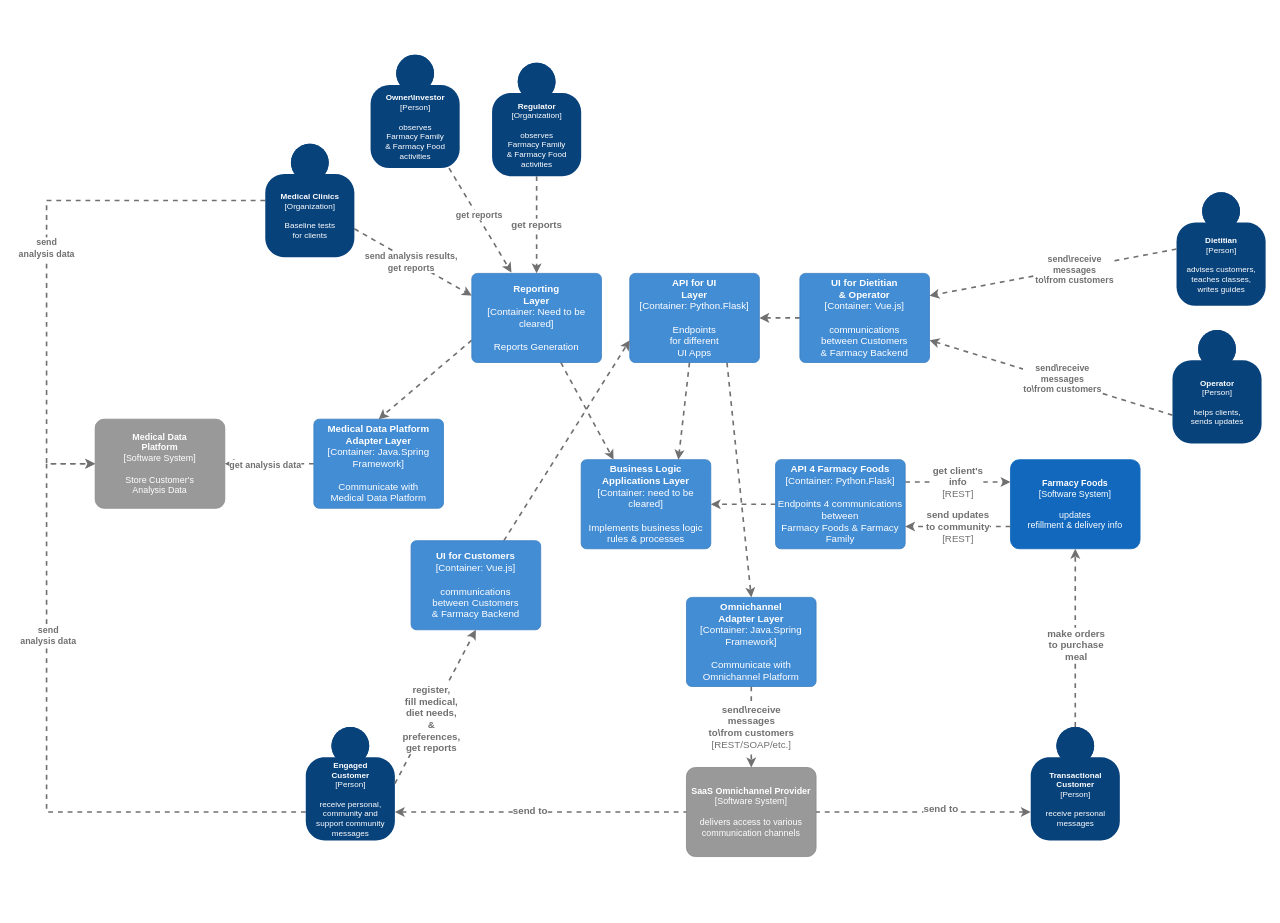
sakosy/arch_katas_2021 keeps this draw.io diagram as page "C4.Container Diagram" (5 of 5) of analysis/drawio.drawio. Above is the earlier version. Source tidied: cells renumbered, new cells numbered last; positions are measured from the earlier drawing's top-left corner, leaving out a move shared by most shapes. Both pictures are drawn from the tidied source at 81%, with x=0, y=0 at pixel (46, 54).
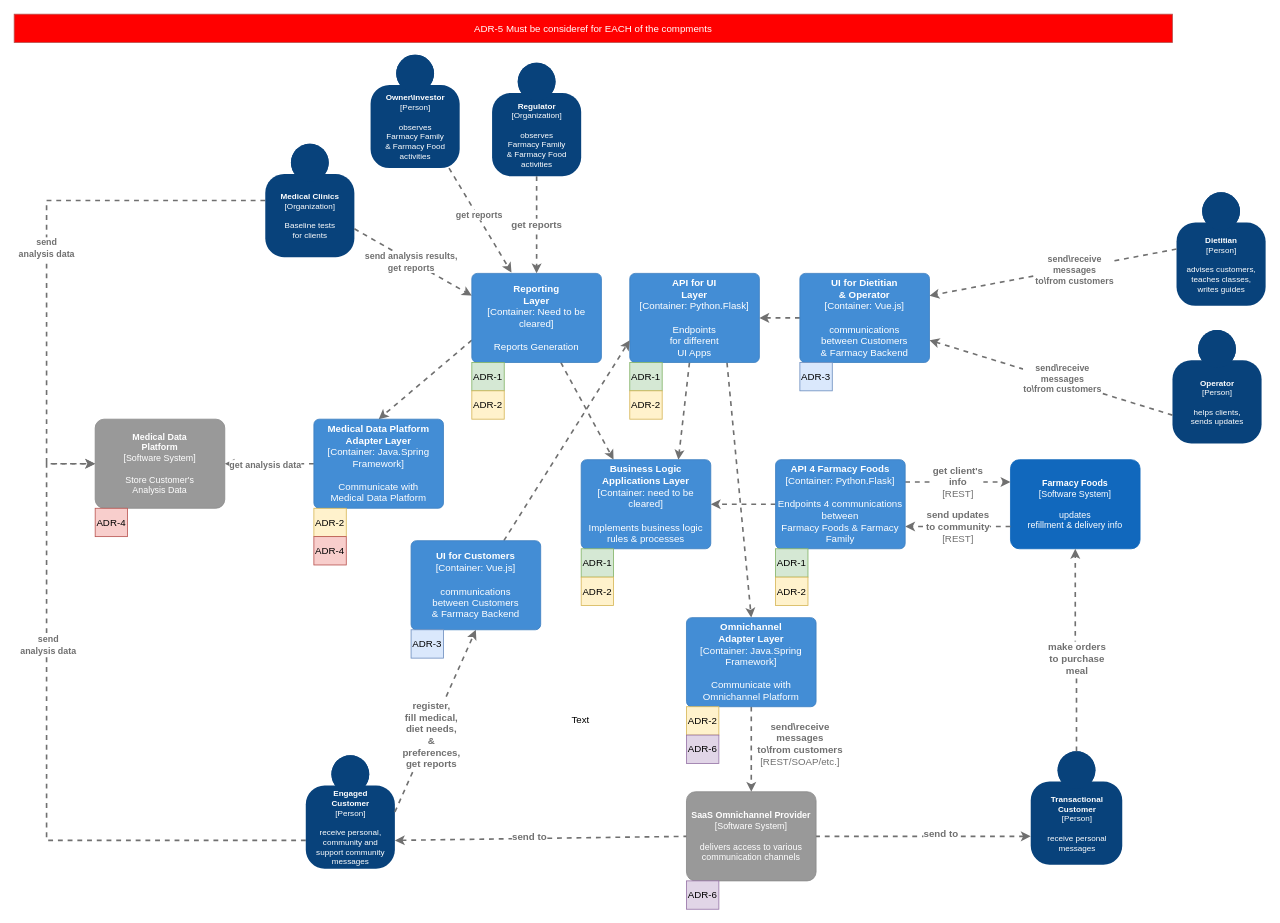
Above is the later version.

Unchanged cells that the change refers to:
```xml
<object id="37" label="&lt;b style=&quot;font-size: 11px;&quot;&gt;%c4Name%&lt;/b&gt;&lt;div style=&quot;font-size: 11px;&quot;&gt;[%c4Type%]&lt;/div&gt;&lt;br style=&quot;font-size: 11px;&quot;&gt;&lt;div style=&quot;font-size: 11px;&quot;&gt;%c4Description%&lt;/div&gt;" c4Description="Store Customer's&#10;Analysis Data" c4Name="Medical Data&#10;Platform" c4Type="Software System" placeholders="1">
  <mxCell style="rounded=1;whiteSpace=wrap;html=1;labelBackgroundColor=none;fillColor=#999999;fontColor=#ffffff;align=center;arcSize=10;strokeColor=#8A8A8A;metaData={&quot;c4Type&quot;:{&quot;editable&quot;:false}};points=[[0.25,0,0],[0.5,0,0],[0.75,0,0],[1,0.25,0],[1,0.5,0],[1,0.75,0],[0.75,1,0],[0.5,1,0],[0.25,1,0],[0,0.75,0],[0,0.5,0],[0,0.25,0]];fontFamily=PT Mono;fontSize=11;" parent="1" vertex="1">
    <mxGeometry x="60" y="450" width="160" height="110" as="geometry" />
  </mxCell>
</object>
```

What changed in the source:
```diff
@@
     <mxCell id="2" style="edgeStyle=orthogonalEdgeStyle;rounded=0;jettySize=auto;html=1;entryX=0;entryY=0.5;entryDx=0;entryDy=0;entryPerimeter=0;fontColor=#707070;exitX=0;exitY=0.75;exitDx=0;exitDy=0;exitPerimeter=0;dashed=1;fontFamily=PT Mono;fontSize=12;strokeColor=#707070;strokeWidth=2;endFill=1;startFill=0;" parent="1" edge="1" source="4" target="37">
       <mxGeometry relative="1" as="geometry">
         <Array as="points">
-          <mxPoint y="935" />
+          <mxPoint y="970" />
           <mxPoint y="505" />
         </Array>
       </mxGeometry>
     </mxCell>
@@
     <object id="4" label="&lt;b style=&quot;font-size: 10px;&quot;&gt;%c4Name%&lt;/b&gt;&lt;div style=&quot;font-size: 10px;&quot;&gt;[%c4Type%]&lt;/div&gt;&lt;br style=&quot;font-size: 10px;&quot;&gt;&lt;div style=&quot;font-size: 10px;&quot;&gt;%c4Description%&lt;/div&gt;" c4Description="receive personal,&#10;community and&#10;support community&#10;messages" c4Name="Engaged&#10;Customer" c4Type="Person" placeholders="1">
       <mxCell style="html=1;dashed=0;whitespace=wrap;fillColor=#08427b;strokeColor=none;fontColor=#ffffff;shape=mxgraph.c4.person;align=center;points=[[0.5,0,0],[1,0.5,0],[1,0.75,0],[0.75,1,0],[0.5,1,0],[0.25,1,0],[0,0.75,0],[0,0.5,0]];metaData={&quot;c4Type&quot;:{&quot;editable&quot;:false}};fontFamily=PT Mono;fontSize=10;" parent="1" vertex="1">
-        <mxGeometry x="320" y="830" width="110" height="140" as="geometry" />
+        <mxGeometry x="320" y="865" width="110" height="140" as="geometry" />
       </mxCell>
     </object>
@@
     <object id="8" label="&lt;b style=&quot;font-size: 11px;&quot;&gt;%c4Name%&lt;/b&gt;&lt;div style=&quot;font-size: 11px;&quot;&gt;[%c4Type%]&lt;/div&gt;&lt;br style=&quot;font-size: 11px;&quot;&gt;&lt;div style=&quot;font-size: 11px;&quot;&gt;%c4Description%&lt;/div&gt;" c4Description="delivers access to various communication channels" c4Name="SaaS Omnichannel Provider" c4Type="Software System" placeholders="1">
       <mxCell style="rounded=1;whiteSpace=wrap;html=1;labelBackgroundColor=none;fillColor=#999999;fontColor=#ffffff;align=center;arcSize=10;strokeColor=#8A8A8A;metaData={&quot;c4Type&quot;:{&quot;editable&quot;:false}};points=[[0.25,0,0],[0.5,0,0],[0.75,0,0],[1,0.25,0],[1,0.5,0],[1,0.75,0],[0.75,1,0],[0.5,1,0],[0.25,1,0],[0,0.75,0],[0,0.5,0],[0,0.25,0]];fontFamily=PT Mono;fontSize=11;" parent="1" vertex="1">
-        <mxGeometry x="790" y="880" width="160" height="110" as="geometry" />
+        <mxGeometry x="790" y="910" width="160" height="110" as="geometry" />
       </mxCell>
     </object>
     <object id="9" label="&lt;div style=&quot;text-align: left&quot;&gt;&lt;div style=&quot;text-align: center&quot;&gt;&lt;b&gt;%c4Description%&lt;/b&gt;&lt;/div&gt;&lt;div style=&quot;text-align: center&quot;&gt;[%c4Technology%]&lt;/div&gt;&lt;/div&gt;" c4Description="send\receive&#10;messages&#10;to\from customers" c4Technology="REST/SOAP/etc." placeholders="1">
       <mxCell style="edgeStyle=none;rounded=0;html=1;entryX=0.5;entryY=0;jettySize=auto;strokeColor=#707070;strokeWidth=2;fontColor=#707070;jumpStyle=none;dashed=1;metaData={&quot;c4Type&quot;:{&quot;editable&quot;:false}};fontFamily=PT Mono;fontSize=12;startArrow=none;startFill=0;endArrow=classic;endFill=1;verticalAlign=middle;entryDx=0;entryDy=0;entryPerimeter=0;exitX=0.5;exitY=1;exitDx=0;exitDy=0;" parent="1" edge="1" source="45" target="8">
-        <mxGeometry relative="1" as="geometry" />
+        <mxGeometry x="-0.14" y="60" relative="1" as="geometry">
+          <mxPoint y="1" as="offset" />
+        </mxGeometry>
       </mxCell>
     </object>
@@
     <object id="13" label="&lt;b style=&quot;font-size: 10px;&quot;&gt;%c4Name%&lt;/b&gt;&lt;div style=&quot;font-size: 10px;&quot;&gt;[%c4Type%]&lt;/div&gt;&lt;br style=&quot;font-size: 10px;&quot;&gt;&lt;div style=&quot;font-size: 10px;&quot;&gt;%c4Description%&lt;/div&gt;" c4Description="receive personal&#10;messages" c4Name="Transactional&#10;Customer" c4Type="Person" placeholders="1">
       <mxCell style="html=1;dashed=0;whitespace=wrap;fillColor=#08427b;strokeColor=none;fontColor=#ffffff;shape=mxgraph.c4.person;align=center;points=[[0.5,0,0],[1,0.5,0],[1,0.75,0],[0.75,1,0],[0.5,1,0],[0.25,1,0],[0,0.75,0],[0,0.5,0]];metaData={&quot;c4Type&quot;:{&quot;editable&quot;:false}};fontFamily=PT Mono;fontSize=10;" parent="1" vertex="1">
-        <mxGeometry x="1215" y="830" width="110" height="140" as="geometry" />
+        <mxGeometry x="1215" y="860" width="113" height="140" as="geometry" />
       </mxCell>
     </object>
@@
     <mxCell id="45" value="&lt;span&gt;&lt;b&gt;Omnichannel&#10;Adapter Layer&lt;/b&gt;&lt;/span&gt;&lt;div&gt;[Container:&amp;nbsp;&lt;span&gt;Java.Spring Framework&lt;/span&gt;&lt;span&gt;]&lt;/span&gt;&lt;/div&gt;&lt;div&gt;&lt;br&gt;&lt;/div&gt;&lt;div&gt;Communicate with&#10;Omnichannel Platform&lt;/div&gt;" style="rounded=1;whiteSpace=wrap;html=1;labelBackgroundColor=none;fillColor=#438dd5;fontColor=#ffffff;align=center;arcSize=6;strokeColor=#3c7fc0;" parent="1" vertex="1">
-      <mxGeometry x="790" y="670" width="160" height="110" as="geometry" />
+      <mxGeometry x="790" y="695" width="160" height="110" as="geometry" />
     </mxCell>
@@
+    <mxCell id="53" value="ADR-1" style="rounded=0;whiteSpace=wrap;html=1;fillColor=#d5e8d4;strokeColor=#82b366;" parent="1" vertex="1">
+      <mxGeometry x="720" y="380" width="40" height="35" as="geometry" />
+    </mxCell>
+    <mxCell id="54" value="ADR-1" style="rounded=0;whiteSpace=wrap;html=1;fillColor=#d5e8d4;strokeColor=#82b366;" parent="1" vertex="1">
+      <mxGeometry x="660" y="610" width="40" height="35" as="geometry" />
+    </mxCell>
+    <mxCell id="55" value="ADR-1" style="rounded=0;whiteSpace=wrap;html=1;fillColor=#d5e8d4;strokeColor=#82b366;" parent="1" vertex="1">
+      <mxGeometry x="900" y="610" width="40" height="35" as="geometry" />
+    </mxCell>
+    <mxCell id="56" value="ADR-1" style="rounded=0;whiteSpace=wrap;html=1;fillColor=#d5e8d4;strokeColor=#82b366;" parent="1" vertex="1">
+      <mxGeometry x="525" y="380" width="40" height="35" as="geometry" />
+    </mxCell>
+    <mxCell id="57" value="ADR-2" style="rounded=0;whiteSpace=wrap;html=1;fillColor=#fff2cc;strokeColor=#d6b656;" parent="1" vertex="1">
+      <mxGeometry x="330" y="560" width="40" height="35" as="geometry" />
+    </mxCell>
+    <mxCell id="58" value="ADR-2" style="rounded=0;whiteSpace=wrap;html=1;fillColor=#fff2cc;strokeColor=#d6b656;" parent="1" vertex="1">
+      <mxGeometry x="525" y="415" width="40" height="35" as="geometry" />
+    </mxCell>
+    <mxCell id="59" value="ADR-2" style="rounded=0;whiteSpace=wrap;html=1;fillColor=#fff2cc;strokeColor=#d6b656;" parent="1" vertex="1">
+      <mxGeometry x="720" y="415" width="40" height="35" as="geometry" />
+    </mxCell>
+    <mxCell id="60" value="ADR-2" style="rounded=0;whiteSpace=wrap;html=1;fillColor=#fff2cc;strokeColor=#d6b656;" parent="1" vertex="1">
+      <mxGeometry x="660" y="645" width="40" height="35" as="geometry" />
+    </mxCell>
+    <mxCell id="61" value="ADR-2" style="rounded=0;whiteSpace=wrap;html=1;fillColor=#fff2cc;strokeColor=#d6b656;" parent="1" vertex="1">
+      <mxGeometry x="900" y="645" width="40" height="35" as="geometry" />
+    </mxCell>
+    <mxCell id="62" value="ADR-2" style="rounded=0;whiteSpace=wrap;html=1;fillColor=#fff2cc;strokeColor=#d6b656;" parent="1" vertex="1">
+      <mxGeometry x="790" y="805" width="40" height="35" as="geometry" />
+    </mxCell>
+    <mxCell id="63" value="ADR-3" style="rounded=0;whiteSpace=wrap;html=1;fillColor=#dae8fc;strokeColor=#6c8ebf;" parent="1" vertex="1">
+      <mxGeometry x="450" y="710" width="40" height="35" as="geometry" />
+    </mxCell>
+    <mxCell id="64" value="ADR-3" style="rounded=0;whiteSpace=wrap;html=1;fillColor=#dae8fc;strokeColor=#6c8ebf;" parent="1" vertex="1">
+      <mxGeometry x="930" y="380" width="40" height="35" as="geometry" />
+    </mxCell>
+    <mxCell id="65" value="ADR-4" style="rounded=0;whiteSpace=wrap;html=1;fillColor=#f8cecc;strokeColor=#b85450;" parent="1" vertex="1">
+      <mxGeometry x="60" y="560" width="40" height="35" as="geometry" />
+    </mxCell>
+    <mxCell id="66" value="ADR-4" style="rounded=0;whiteSpace=wrap;html=1;fillColor=#f8cecc;strokeColor=#b85450;" parent="1" vertex="1">
+      <mxGeometry x="330" y="595" width="40" height="35" as="geometry" />
+    </mxCell>
+    <mxCell id="67" value="ADR-6" style="rounded=0;whiteSpace=wrap;html=1;fillColor=#e1d5e7;strokeColor=#9673a6;" parent="1" vertex="1">
+      <mxGeometry x="790" y="840" width="40" height="35" as="geometry" />
+    </mxCell>
+    <mxCell id="68" value="ADR-6" style="rounded=0;whiteSpace=wrap;html=1;fillColor=#e1d5e7;strokeColor=#9673a6;" parent="1" vertex="1">
+      <mxGeometry x="790" y="1020" width="40" height="35" as="geometry" />
+    </mxCell>
+    <mxCell id="69" value="Text" style="text;html=1;align=center;verticalAlign=middle;" parent="1" vertex="1">
+      <mxGeometry x="639" y="811" width="40" height="20" as="geometry" />
+    </mxCell>
+    <mxCell id="70" value="ADR-5 Must be consideref for EACH of the compments" style="rounded=0;whiteSpace=wrap;html=1;fillColor=#FF0000;strokeColor=#b85450;fontColor=#FFFFFF;" parent="1" vertex="1">
+      <mxGeometry x="-40" y="-50" width="1430" height="35" as="geometry" />
+    </mxCell>
```
